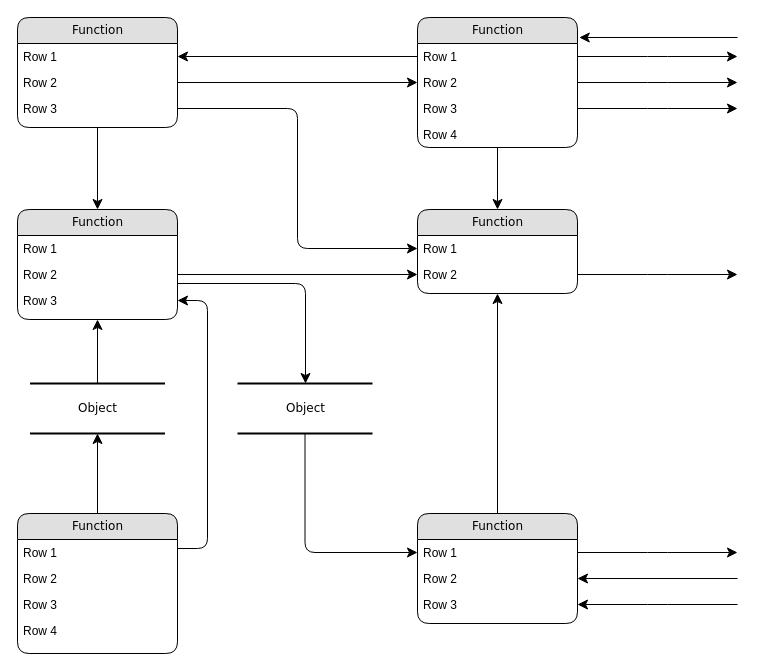
Before: Untitled Diagram.drawio in CodeForGhost/hostel_booking, a draw.io diagram. Source tidied: cells renumbered, new cells numbered last; positions are measured from the earlier drawing's top-left corner, leaving out a move shared by most shapes. Both pictures are drawn from the tidied source at 100%, with x=0, y=0 at pixel (17, 17).
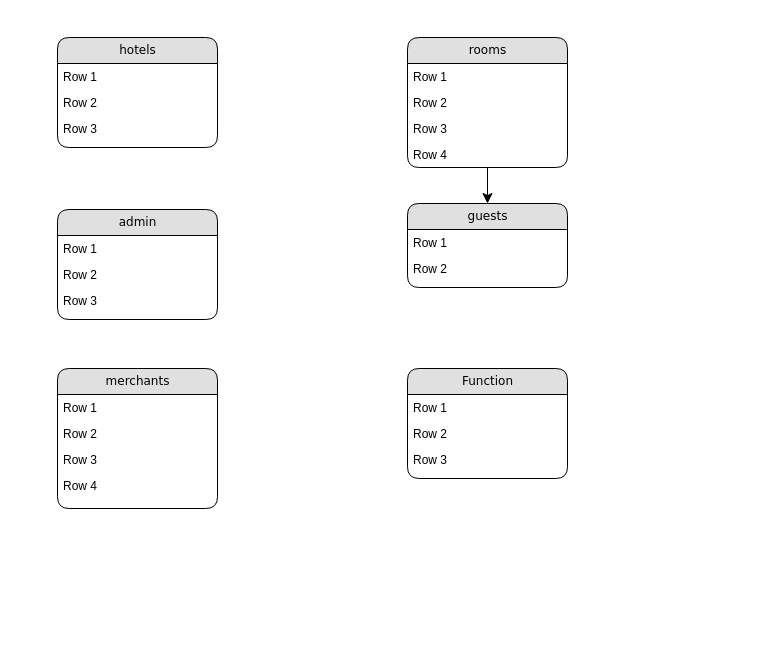
The same diagram, later.

The change refers to these unchanged cells:
```xml
<mxCell id="4" value="Row 1" style="text;html=1;strokeColor=none;fillColor=none;spacingLeft=4;spacingRight=4;whiteSpace=wrap;overflow=hidden;points=[[0,0.5],[1,0.5]];portConstraint=eastwest;" parent="3" vertex="1">
  <mxGeometry y="26" width="160" height="26" as="geometry" />
</mxCell>
<mxCell id="5" value="Row 2" style="text;html=1;strokeColor=none;fillColor=none;spacingLeft=4;spacingRight=4;whiteSpace=wrap;overflow=hidden;points=[[0,0.5],[1,0.5]];portConstraint=eastwest;" parent="3" vertex="1">
  <mxGeometry y="52" width="160" height="26" as="geometry" />
</mxCell>
<mxCell id="6" value="Row 3" style="text;html=1;strokeColor=none;fillColor=none;spacingLeft=4;spacingRight=4;whiteSpace=wrap;overflow=hidden;points=[[0,0.5],[1,0.5]];portConstraint=eastwest;" parent="3" vertex="1">
  <mxGeometry y="78" width="160" height="26" as="geometry" />
</mxCell>
<mxCell id="8" value="Row 1" style="text;html=1;strokeColor=none;fillColor=none;spacingLeft=4;spacingRight=4;whiteSpace=wrap;overflow=hidden;points=[[0,0.5],[1,0.5]];portConstraint=eastwest;" parent="7" vertex="1">
  <mxGeometry y="26" width="160" height="26" as="geometry" />
</mxCell>
<mxCell id="9" value="Row 2" style="text;html=1;strokeColor=none;fillColor=none;spacingLeft=4;spacingRight=4;whiteSpace=wrap;overflow=hidden;points=[[0,0.5],[1,0.5]];portConstraint=eastwest;" parent="7" vertex="1">
  <mxGeometry y="52" width="160" height="26" as="geometry" />
</mxCell>
<mxCell id="10" value="Row 3" style="text;html=1;strokeColor=none;fillColor=none;spacingLeft=4;spacingRight=4;whiteSpace=wrap;overflow=hidden;points=[[0,0.5],[1,0.5]];portConstraint=eastwest;" parent="7" vertex="1">
  <mxGeometry y="78" width="160" height="26" as="geometry" />
</mxCell>
<mxCell id="14" value="Row 2" style="text;html=1;strokeColor=none;fillColor=none;spacingLeft=4;spacingRight=4;whiteSpace=wrap;overflow=hidden;points=[[0,0.5],[1,0.5]];portConstraint=eastwest;" parent="12" vertex="1">
  <mxGeometry y="52" width="160" height="26" as="geometry" />
</mxCell>
<mxCell id="15" value="Row 3" style="text;html=1;strokeColor=none;fillColor=none;spacingLeft=4;spacingRight=4;whiteSpace=wrap;overflow=hidden;points=[[0,0.5],[1,0.5]];portConstraint=eastwest;" parent="12" vertex="1">
  <mxGeometry y="78" width="160" height="26" as="geometry" />
</mxCell>
<mxCell id="22" value="Row 1" style="text;html=1;strokeColor=none;fillColor=none;spacingLeft=4;spacingRight=4;whiteSpace=wrap;overflow=hidden;points=[[0,0.5],[1,0.5]];portConstraint=eastwest;" parent="21" vertex="1">
  <mxGeometry y="26" width="160" height="26" as="geometry" />
</mxCell>
<mxCell id="23" value="Row 2" style="text;html=1;strokeColor=none;fillColor=none;spacingLeft=4;spacingRight=4;whiteSpace=wrap;overflow=hidden;points=[[0,0.5],[1,0.5]];portConstraint=eastwest;" parent="21" vertex="1">
  <mxGeometry y="52" width="160" height="26" as="geometry" />
</mxCell>
<mxCell id="25" value="Row 1" style="text;html=1;strokeColor=none;fillColor=none;spacingLeft=4;spacingRight=4;whiteSpace=wrap;overflow=hidden;points=[[0,0.5],[1,0.5]];portConstraint=eastwest;" parent="24" vertex="1">
  <mxGeometry y="26" width="160" height="26" as="geometry" />
</mxCell>
<mxCell id="26" value="Row 2" style="text;html=1;strokeColor=none;fillColor=none;spacingLeft=4;spacingRight=4;whiteSpace=wrap;overflow=hidden;points=[[0,0.5],[1,0.5]];portConstraint=eastwest;" parent="24" vertex="1">
  <mxGeometry y="52" width="160" height="26" as="geometry" />
</mxCell>
<mxCell id="27" value="Row 3" style="text;html=1;strokeColor=none;fillColor=none;spacingLeft=4;spacingRight=4;whiteSpace=wrap;overflow=hidden;points=[[0,0.5],[1,0.5]];portConstraint=eastwest;" parent="24" vertex="1">
  <mxGeometry y="78" width="160" height="26" as="geometry" />
</mxCell>
```

The edit, as a diff of the source:
```diff
@@
-    <mxCell id="2" value="Object" style="html=1;rounded=0;shadow=0;comic=0;labelBackgroundColor=none;strokeWidth=2;fontFamily=Verdana;fontSize=12;align=center;shape=mxgraph.ios7ui.horLines;" parent="1" vertex="1">
-      <mxGeometry x="12.5" y="366" width="135" height="50" as="geometry" />
-    </mxCell>
-    <mxCell id="3" value="Function" style="swimlane;html=1;fontStyle=0;horizontal=1;startSize=26;fillColor=#e0e0e0;swimlaneFillColor=#ffffff;align=center;rounded=1;shadow=0;comic=0;labelBackgroundColor=none;strokeWidth=1;fontFamily=Verdana;fontSize=12;" parent="1" vertex="1">
-      <mxGeometry width="160" height="110" as="geometry" />
+    <mxCell id="3" value="hotels" style="swimlane;html=1;fontStyle=0;horizontal=1;startSize=26;fillColor=#e0e0e0;swimlaneFillColor=#ffffff;align=center;rounded=1;shadow=0;comic=0;labelBackgroundColor=none;strokeWidth=1;fontFamily=Verdana;fontSize=12;" parent="1" vertex="1">
+      <mxGeometry x="40" y="20" width="160" height="110" as="geometry" />
     </mxCell>
@@
-    <mxCell id="7" value="Function" style="swimlane;html=1;fontStyle=0;horizontal=1;startSize=26;fillColor=#e0e0e0;swimlaneFillColor=#ffffff;align=center;rounded=1;shadow=0;comic=0;labelBackgroundColor=none;strokeWidth=1;fontFamily=Verdana;fontSize=12;" parent="1" vertex="1">
-      <mxGeometry x="400" width="160" height="130" as="geometry" />
+    <mxCell id="7" value="rooms" style="swimlane;html=1;fontStyle=0;horizontal=1;startSize=26;fillColor=#e0e0e0;swimlaneFillColor=#ffffff;align=center;rounded=1;shadow=0;comic=0;labelBackgroundColor=none;strokeWidth=1;fontFamily=Verdana;fontSize=12;" parent="1" vertex="1">
+      <mxGeometry x="390" y="20" width="160" height="130" as="geometry" />
     </mxCell>
@@
-    <mxCell id="12" value="Function" style="swimlane;html=1;fontStyle=0;horizontal=1;startSize=26;fillColor=#e0e0e0;swimlaneFillColor=#ffffff;align=center;rounded=1;shadow=0;comic=0;labelBackgroundColor=none;strokeWidth=1;fontFamily=Verdana;fontSize=12;" parent="1" vertex="1">
-      <mxGeometry y="192" width="160" height="110" as="geometry" />
+    <mxCell id="12" value="admin" style="swimlane;html=1;fontStyle=0;horizontal=1;startSize=26;fillColor=#e0e0e0;swimlaneFillColor=#ffffff;align=center;rounded=1;shadow=0;comic=0;labelBackgroundColor=none;strokeWidth=1;fontFamily=Verdana;fontSize=12;" parent="1" vertex="1">
+      <mxGeometry x="40" y="192" width="160" height="110" as="geometry" />
     </mxCell>
@@
-    <mxCell id="16" value="Function" style="swimlane;html=1;fontStyle=0;horizontal=1;startSize=26;fillColor=#e0e0e0;swimlaneFillColor=#ffffff;align=center;rounded=1;shadow=0;comic=0;labelBackgroundColor=none;strokeWidth=1;fontFamily=Verdana;fontSize=12;" parent="1" vertex="1">
-      <mxGeometry y="496" width="160" height="140" as="geometry" />
+    <mxCell id="16" value="merchants" style="swimlane;html=1;fontStyle=0;horizontal=1;startSize=26;fillColor=#e0e0e0;swimlaneFillColor=#ffffff;align=center;rounded=1;shadow=0;comic=0;labelBackgroundColor=none;strokeWidth=1;fontFamily=Verdana;fontSize=12;" parent="1" vertex="1">
+      <mxGeometry x="40" y="351" width="160" height="140" as="geometry" />
     </mxCell>
@@
-    <mxCell id="21" value="Function" style="swimlane;html=1;fontStyle=0;horizontal=1;startSize=26;fillColor=#e0e0e0;swimlaneFillColor=#ffffff;align=center;rounded=1;shadow=0;comic=0;labelBackgroundColor=none;strokeWidth=1;fontFamily=Verdana;fontSize=12;" parent="1" vertex="1">
-      <mxGeometry x="400" y="192" width="160" height="84" as="geometry" />
+    <mxCell id="21" value="guests" style="swimlane;html=1;fontStyle=0;horizontal=1;startSize=26;fillColor=#e0e0e0;swimlaneFillColor=#ffffff;align=center;rounded=1;shadow=0;comic=0;labelBackgroundColor=none;strokeWidth=1;fontFamily=Verdana;fontSize=12;" parent="1" vertex="1">
+      <mxGeometry x="390" y="186" width="160" height="84" as="geometry" />
     </mxCell>
@@
     <mxCell id="24" value="Function" style="swimlane;html=1;fontStyle=0;horizontal=1;startSize=26;fillColor=#e0e0e0;swimlaneFillColor=#ffffff;align=center;rounded=1;shadow=0;comic=0;labelBackgroundColor=none;strokeWidth=1;fontFamily=Verdana;fontSize=12;" parent="1" vertex="1">
-      <mxGeometry x="400" y="496" width="160" height="110" as="geometry" />
+      <mxGeometry x="390" y="351" width="160" height="110" as="geometry" />
     </mxCell>
@@
-    <mxCell id="28" value="Object" style="html=1;rounded=0;shadow=0;comic=0;labelBackgroundColor=none;strokeWidth=2;fontFamily=Verdana;fontSize=12;align=center;shape=mxgraph.ios7ui.horLines;" parent="1" vertex="1">
-      <mxGeometry x="220" y="366" width="135" height="50" as="geometry" />
-    </mxCell>
-    <mxCell id="29" style="edgeStyle=none;html=1;labelBackgroundColor=none;startFill=0;startSize=8;endFill=1;endSize=8;fontFamily=Verdana;fontSize=12;" parent="1" edge="1" source="16" target="2">
-      <mxGeometry relative="1" as="geometry" />
-    </mxCell>
-    <mxCell id="30" style="edgeStyle=none;html=1;labelBackgroundColor=none;startFill=0;startSize=8;endFill=1;endSize=8;fontFamily=Verdana;fontSize=12;" parent="1" edge="1" source="2" target="12">
-      <mxGeometry relative="1" as="geometry" />
-    </mxCell>
-    <mxCell id="31" style="edgeStyle=orthogonalEdgeStyle;html=1;labelBackgroundColor=none;startFill=0;startSize=8;endFill=1;endSize=8;fontFamily=Verdana;fontSize=12;exitX=1;exitY=0.25;entryX=1;entryY=0.5;" parent="1" edge="1" source="16" target="15">
-      <mxGeometry relative="1" as="geometry">
-        <Array as="points">
-          <mxPoint x="190" y="531" />
-          <mxPoint x="190" y="283" />
-        </Array>
-      </mxGeometry>
-    </mxCell>
-    <mxCell id="32" style="edgeStyle=orthogonalEdgeStyle;html=1;labelBackgroundColor=none;startFill=0;startSize=8;endFill=1;endSize=8;fontFamily=Verdana;fontSize=12;" parent="1" edge="1" source="28" target="25">
-      <mxGeometry x="-0.13" y="32" relative="1" as="geometry" />
-    </mxCell>
-    <mxCell id="33" style="edgeStyle=orthogonalEdgeStyle;html=1;labelBackgroundColor=none;startFill=0;startSize=8;endFill=1;endSize=8;fontFamily=Verdana;fontSize=12;" parent="1" edge="1" source="12" target="28">
-      <mxGeometry relative="1" as="geometry">
-        <Array as="points">
-          <mxPoint x="288" y="266" />
-        </Array>
-      </mxGeometry>
-    </mxCell>
-    <mxCell id="34" style="edgeStyle=orthogonalEdgeStyle;html=1;labelBackgroundColor=none;startFill=0;startSize=8;endFill=1;endSize=8;fontFamily=Verdana;fontSize=12;" parent="1" edge="1" source="3" target="12">
-      <mxGeometry relative="1" as="geometry" />
-    </mxCell>
-    <mxCell id="35" style="edgeStyle=orthogonalEdgeStyle;html=1;labelBackgroundColor=none;startFill=0;startSize=8;endFill=1;endSize=8;fontFamily=Verdana;fontSize=12;" parent="1" edge="1" source="24" target="21">
-      <mxGeometry relative="1" as="geometry" />
-    </mxCell>
@@
-    <mxCell id="37" style="edgeStyle=orthogonalEdgeStyle;html=1;entryX=0;entryY=0.5;labelBackgroundColor=none;startFill=0;startSize=8;endFill=1;endSize=8;fontFamily=Verdana;fontSize=12;exitX=1;exitY=0.5;" parent="1" edge="1" source="5" target="9">
-      <mxGeometry relative="1" as="geometry" />
-    </mxCell>
-    <mxCell id="38" style="edgeStyle=orthogonalEdgeStyle;html=1;exitX=0;exitY=0.5;entryX=1;entryY=0.5;labelBackgroundColor=none;startFill=0;startSize=8;endFill=1;endSize=8;fontFamily=Verdana;fontSize=12;" parent="1" edge="1" source="8" target="4">
-      <mxGeometry relative="1" as="geometry" />
-    </mxCell>
-    <mxCell id="39" style="edgeStyle=orthogonalEdgeStyle;html=1;exitX=1;exitY=0.5;entryX=0;entryY=0.5;labelBackgroundColor=none;startFill=0;startSize=8;endFill=1;endSize=8;fontFamily=Verdana;fontSize=12;" parent="1" edge="1" source="6" target="22">
-      <mxGeometry relative="1" as="geometry" />
-    </mxCell>
-    <mxCell id="40" style="edgeStyle=orthogonalEdgeStyle;html=1;exitX=1;exitY=0.5;entryX=0;entryY=0.5;labelBackgroundColor=none;startFill=0;startSize=8;endFill=1;endSize=8;fontFamily=Verdana;fontSize=12;" parent="1" edge="1" source="14" target="23">
-      <mxGeometry relative="1" as="geometry" />
-    </mxCell>
-    <mxCell id="41" style="edgeStyle=orthogonalEdgeStyle;html=1;labelBackgroundColor=none;startFill=0;startSize=8;endFill=1;endSize=8;fontFamily=Verdana;fontSize=12;" parent="1" edge="1" source="23">
-      <mxGeometry relative="1" as="geometry">
-        <mxPoint x="720" y="257" as="targetPoint" />
-      </mxGeometry>
-    </mxCell>
-    <mxCell id="42" style="edgeStyle=orthogonalEdgeStyle;html=1;exitX=1;exitY=0.5;labelBackgroundColor=none;startFill=0;startSize=8;endFill=1;endSize=8;fontFamily=Verdana;fontSize=12;" parent="1" edge="1" source="25">
-      <mxGeometry relative="1" as="geometry">
-        <mxPoint x="720" y="535" as="targetPoint" />
-      </mxGeometry>
-    </mxCell>
-    <mxCell id="43" style="edgeStyle=orthogonalEdgeStyle;html=1;labelBackgroundColor=none;startFill=0;startSize=8;endFill=1;endSize=8;fontFamily=Verdana;fontSize=12;entryX=1;entryY=0.5;" parent="1" edge="1" target="26">
-      <mxGeometry relative="1" as="geometry">
-        <mxPoint x="720" y="561" as="sourcePoint" />
-        <Array as="points">
-          <mxPoint x="720" y="561" />
-        </Array>
-      </mxGeometry>
-    </mxCell>
-    <mxCell id="44" style="edgeStyle=orthogonalEdgeStyle;html=1;labelBackgroundColor=none;startFill=0;startSize=8;endFill=1;endSize=8;fontFamily=Verdana;fontSize=12;entryX=1;entryY=0.5;" parent="1" edge="1" target="27">
-      <mxGeometry relative="1" as="geometry">
-        <mxPoint x="720" y="587" as="sourcePoint" />
-        <Array as="points">
-          <mxPoint x="640" y="587" />
-          <mxPoint x="640" y="587" />
-        </Array>
-      </mxGeometry>
-    </mxCell>
-    <mxCell id="45" style="edgeStyle=orthogonalEdgeStyle;html=1;exitX=1;exitY=0.5;labelBackgroundColor=none;startFill=0;startSize=8;endFill=1;endSize=8;fontFamily=Verdana;fontSize=12;" parent="1" edge="1" source="8">
-      <mxGeometry relative="1" as="geometry">
-        <mxPoint x="720" y="39" as="targetPoint" />
-      </mxGeometry>
-    </mxCell>
-    <mxCell id="46" style="edgeStyle=orthogonalEdgeStyle;html=1;exitX=1;exitY=0.5;labelBackgroundColor=none;startFill=0;startSize=8;endFill=1;endSize=8;fontFamily=Verdana;fontSize=12;" parent="1" edge="1" source="9">
-      <mxGeometry relative="1" as="geometry">
-        <mxPoint x="720" y="65" as="targetPoint" />
-      </mxGeometry>
-    </mxCell>
-    <mxCell id="47" style="edgeStyle=orthogonalEdgeStyle;html=1;exitX=1;exitY=0.5;labelBackgroundColor=none;startFill=0;startSize=8;endFill=1;endSize=8;fontFamily=Verdana;fontSize=12;" parent="1" edge="1" source="10">
-      <mxGeometry relative="1" as="geometry">
-        <mxPoint x="720" y="91" as="targetPoint" />
-      </mxGeometry>
-    </mxCell>
-    <mxCell id="48" style="edgeStyle=elbowEdgeStyle;html=1;labelBackgroundColor=none;startFill=0;startSize=8;endFill=1;endSize=8;fontFamily=Verdana;fontSize=12;elbow=vertical;entryX=1.011;entryY=0.152;entryPerimeter=0;" parent="1" edge="1" target="7">
-      <mxGeometry relative="1" as="geometry">
-        <mxPoint x="720" y="20" as="sourcePoint" />
-        <Array as="points">
-          <mxPoint x="650" y="20" />
-        </Array>
-      </mxGeometry>
-    </mxCell>
```
